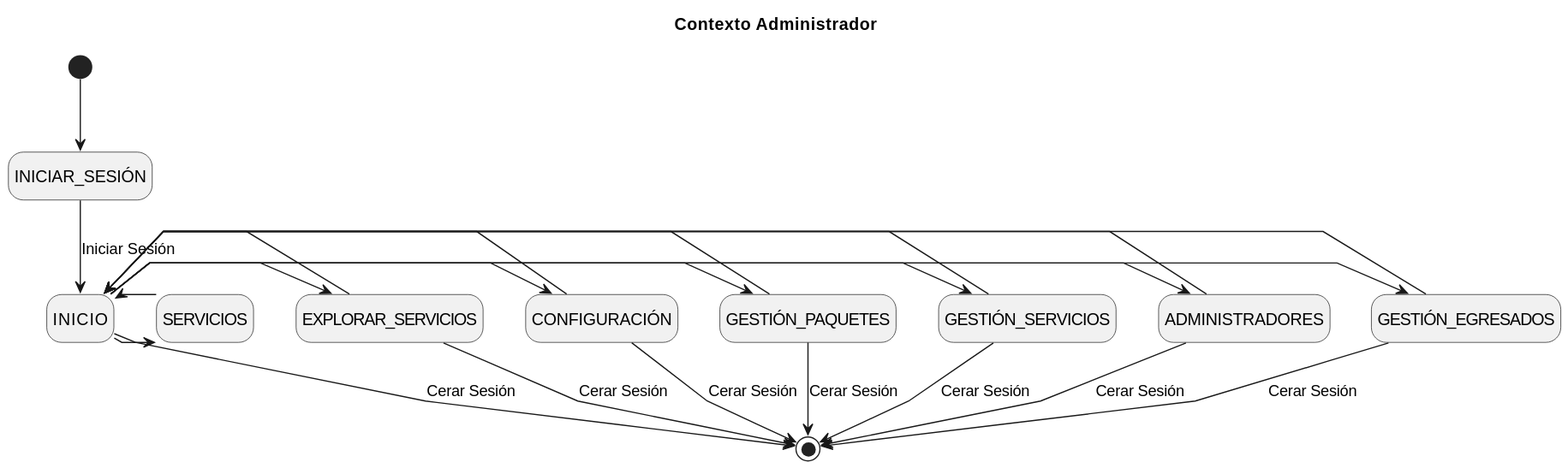
Above: Caso_de_Uso/Contexto/Administrador/Contexto/Contexto.svg in mmasias/23-24-IdSw1-SDR (PlantUML), before the change. Source of this version:
```plantuml
@startuml Contexto
title Contexto Administrador

skinparam {
    NoteBackgroundColor #whiteSmoke
    NoteBorderColor #green
    linetype polyline
}

hide empty description

[*] --> INICIAR_SESIÓN
INICIAR_SESIÓN --> INICIO : Iniciar Sesión

INICIO -> GESTIÓN_EGRESADOS
INICIO <- GESTIÓN_EGRESADOS
INICIO -> ADMINISTRADORES
INICIO <- ADMINISTRADORES
INICIO -> GESTIÓN_SERVICIOS
INICIO <- GESTIÓN_SERVICIOS
INICIO -> GESTIÓN_PAQUETES
INICIO <- GESTIÓN_PAQUETES
INICIO -> CONFIGURACIÓN
INICIO <- CONFIGURACIÓN
INICIO -> EXPLORAR_SERVICIOS
INICIO <- EXPLORAR_SERVICIOS
INICIO -> SERVICIOS
INICIO <- SERVICIOS

INICIO --> [*] : Cerar Sesión
GESTIÓN_EGRESADOS --> [*] : Cerar Sesión
ADMINISTRADORES --> [*] : Cerar Sesión
GESTIÓN_SERVICIOS --> [*] : Cerar Sesión
GESTIÓN_PAQUETES --> [*] : Cerar Sesión
CONFIGURACIÓN --> [*] : Cerar Sesión
EXPLORAR_SERVICIOS --> [*] : Cerar Sesión


@enduml
```
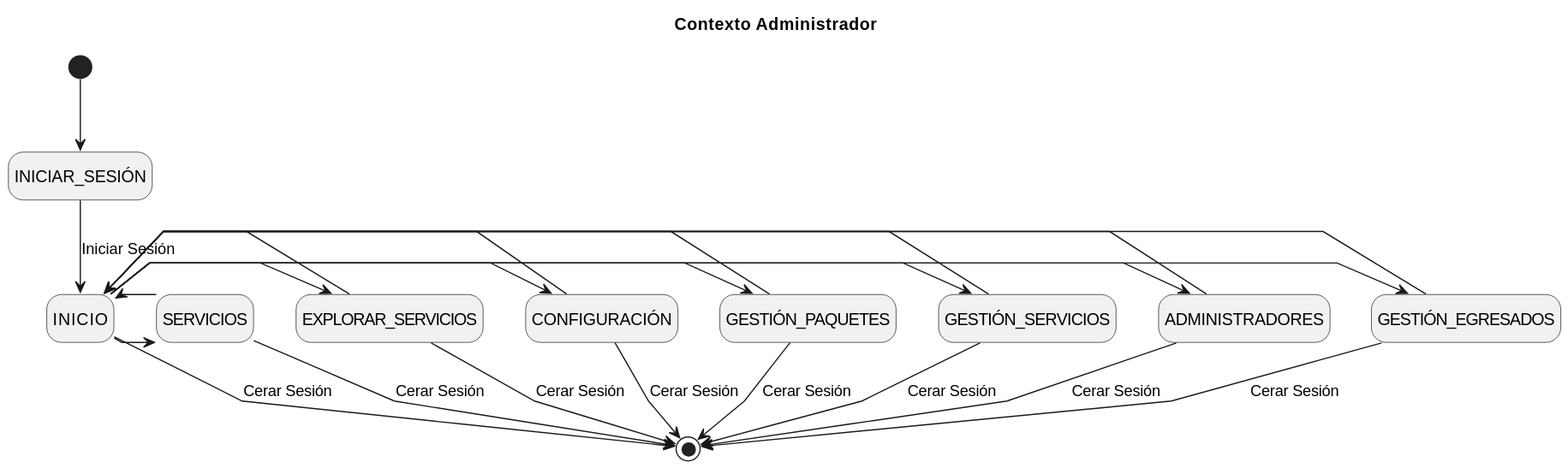
After the change.

The edit, as a diff of the source:
```diff
@@ -28,6 +28,7 @@
 INICIO <- SERVICIOS
 
 INICIO --> [*] : Cerar Sesión
+SERVICIOS --> [*] : Cerar Sesión
 GESTIÓN_EGRESADOS --> [*] : Cerar Sesión
 ADMINISTRADORES --> [*] : Cerar Sesión
 GESTIÓN_SERVICIOS --> [*] : Cerar Sesión
```
